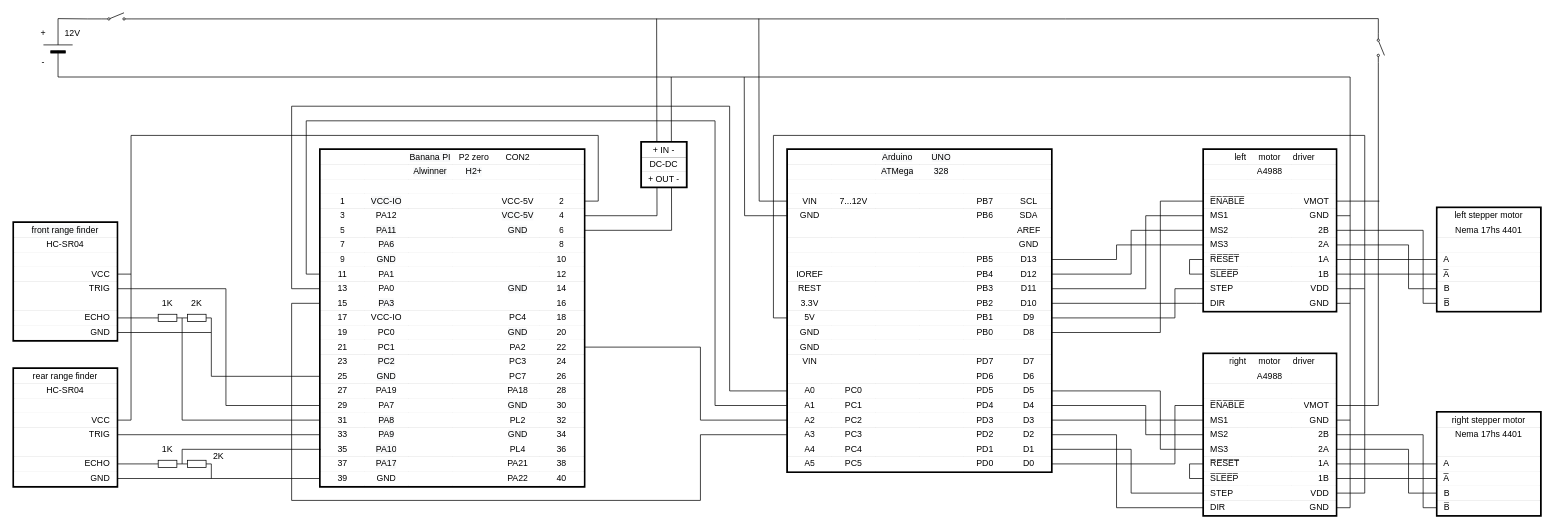
Before: device_schematic_diagram.drawio in cortl0/device, a draw.io diagram. Source tidied: cells renumbered, new cells numbered last; positions are measured from the earlier drawing's top-left corner, leaving out a move shared by most shapes. Both pictures are drawn from the tidied source at 73%, with x=0, y=0 at pixel (14, 12).
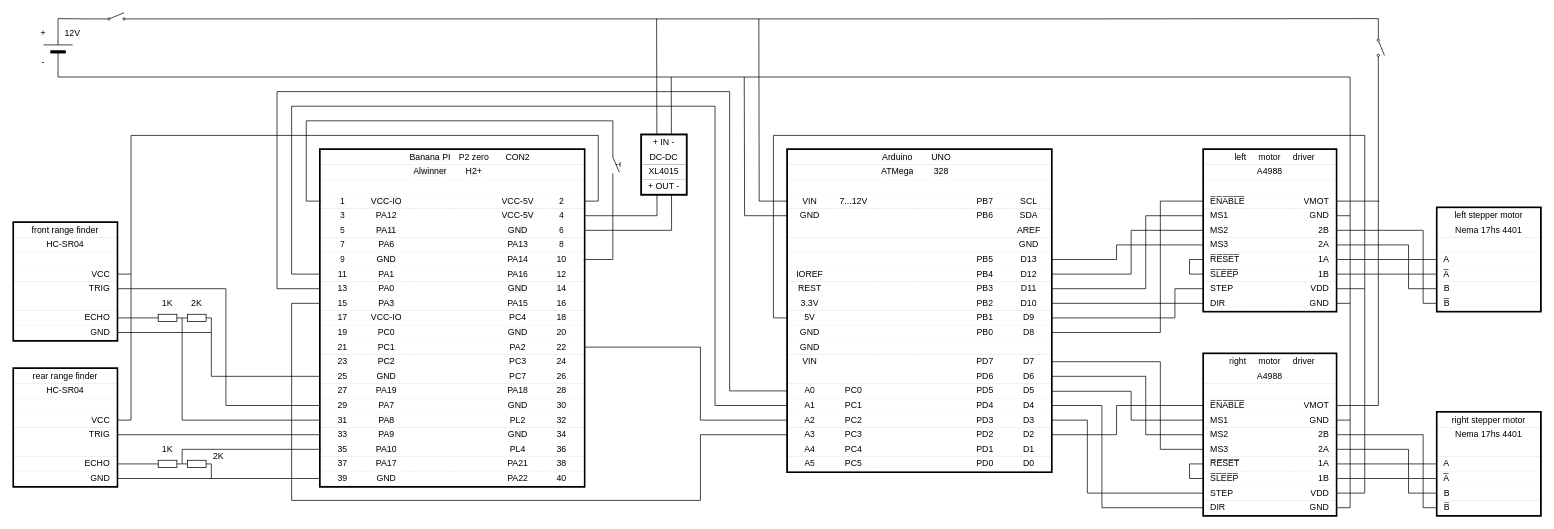
After the change.

Commit message (it also covers changes not shown here):
upd: sensors, device, friend, chassis, diagram

Unchanged cells that the change refers to:
```xml
<mxCell id="45" style="shape=table;html=1;whiteSpace=wrap;startSize=0;childLayout=tableLayout;strokeColor=#000000;rounded=0;comic=0;shadow=0;perimeterSpacing=1;gradientColor=none;fillColor=#ffffff;swimlaneFillColor=none;strokeWidth=5;" parent="1" vertex="1">
  <mxGeometry x="1060" y="188" width="360" height="440" as="geometry" />
</mxCell>
<mxCell id="144" style="shape=partialRectangle;html=1;whiteSpace=wrap;fillColor=#ffffff;top=0;left=0;bottom=0;right=0;points=[[0,0.5],[1,0.5]];portConstraint=eastwest;strokeColor=#000000;perimeterSpacing=0;gradientColor=none;" parent="45" vertex="1">
  <mxGeometry y="280" width="360" height="20" as="geometry" />
</mxCell>
<mxCell id="151" style="shape=partialRectangle;html=1;whiteSpace=wrap;fillColor=#ffffff;top=0;left=0;bottom=0;right=0;points=[[0,0.5],[1,0.5]];portConstraint=eastwest;strokeColor=#000000;perimeterSpacing=0;gradientColor=none;" parent="45" vertex="1">
  <mxGeometry y="300" width="360" height="20" as="geometry" />
</mxCell>
<mxCell id="158" style="shape=partialRectangle;html=1;whiteSpace=wrap;fillColor=#ffffff;top=0;left=0;bottom=0;right=0;points=[[0,0.5],[1,0.5]];portConstraint=eastwest;strokeColor=#000000;perimeterSpacing=0;gradientColor=none;" parent="45" vertex="1">
  <mxGeometry y="320" width="360" height="20" as="geometry" />
</mxCell>
<mxCell id="165" style="shape=partialRectangle;html=1;whiteSpace=wrap;fillColor=#ffffff;top=0;left=0;bottom=0;right=0;points=[[0,0.5],[1,0.5]];portConstraint=eastwest;strokeColor=#000000;perimeterSpacing=0;gradientColor=none;" parent="45" vertex="1">
  <mxGeometry y="340" width="360" height="20" as="geometry" />
</mxCell>
<mxCell id="172" style="shape=partialRectangle;html=1;whiteSpace=wrap;fillColor=#ffffff;top=0;left=0;bottom=0;right=0;points=[[0,0.5],[1,0.5]];portConstraint=eastwest;strokeColor=#000000;perimeterSpacing=0;gradientColor=none;" parent="45" vertex="1">
  <mxGeometry y="360" width="360" height="20" as="geometry" />
</mxCell>
<mxCell id="179" style="shape=partialRectangle;html=1;whiteSpace=wrap;fillColor=#ffffff;top=0;left=0;bottom=0;right=0;points=[[0,0.5],[1,0.5]];portConstraint=eastwest;strokeColor=#000000;perimeterSpacing=0;gradientColor=none;" parent="45" vertex="1">
  <mxGeometry y="380" width="360" height="20" as="geometry" />
</mxCell>
<mxCell id="200" style="shape=table;html=1;whiteSpace=wrap;startSize=0;childLayout=tableLayout;rounded=0;shadow=0;comic=0;strokeColor=#000000;gradientColor=none;fillColor=#ffffff;perimeterSpacing=1;strokeWidth=5;" parent="1" vertex="1">
  <mxGeometry x="1630" y="468" width="180" height="220" as="geometry" />
</mxCell>
<mxCell id="213" style="shape=partialRectangle;html=1;whiteSpace=wrap;fillColor=#ffffff;top=0;left=0;bottom=0;right=0;points=[[0,0.5],[1,0.5]];portConstraint=eastwest;strokeColor=#000000;gradientColor=none;perimeterSpacing=1;" parent="200" vertex="1">
  <mxGeometry y="60" width="180" height="20" as="geometry" />
</mxCell>
<mxCell id="217" style="shape=partialRectangle;html=1;whiteSpace=wrap;fillColor=#ffffff;top=0;left=0;bottom=0;right=0;points=[[0,0.5],[1,0.5]];portConstraint=eastwest;strokeColor=#000000;gradientColor=none;perimeterSpacing=1;" parent="200" vertex="1">
  <mxGeometry y="80" width="180" height="20" as="geometry" />
</mxCell>
<mxCell id="225" style="shape=partialRectangle;html=1;whiteSpace=wrap;fillColor=#ffffff;top=0;left=0;bottom=0;right=0;points=[[0,0.5],[1,0.5]];portConstraint=eastwest;strokeColor=#000000;gradientColor=none;perimeterSpacing=1;" parent="200" vertex="1">
  <mxGeometry y="120" width="180" height="20" as="geometry" />
</mxCell>
<mxCell id="241" style="shape=partialRectangle;html=1;whiteSpace=wrap;fillColor=#ffffff;top=0;left=0;bottom=0;right=0;points=[[0,0.5],[1,0.5]];portConstraint=eastwest;strokeColor=#000000;gradientColor=none;perimeterSpacing=1;" parent="200" vertex="1">
  <mxGeometry y="200" width="180" height="20" as="geometry" />
</mxCell>
<mxCell id="344" style="shape=partialRectangle;html=1;whiteSpace=wrap;fillColor=#ffffff;top=0;left=0;bottom=0;right=0;points=[[0,0.5],[1,0.5]];portConstraint=eastwest;strokeColor=#000000;perimeterSpacing=0;gradientColor=none;" parent="322" vertex="1">
  <mxGeometry y="60" width="360" height="20" as="geometry" />
</mxCell>
<mxCell id="365" style="shape=partialRectangle;html=1;whiteSpace=wrap;fillColor=#ffffff;top=0;left=0;bottom=0;right=0;strokeColor=#000000;perimeterSpacing=0;gradientColor=none;" parent="322" vertex="1">
  <mxGeometry y="120" width="360" height="20" as="geometry" />
</mxCell>
<mxCell id="372" style="shape=partialRectangle;html=1;whiteSpace=wrap;fillColor=#ffffff;top=0;left=0;bottom=0;right=0;points=[[0,0.5],[1,0.5]];portConstraint=eastwest;strokeColor=#000000;perimeterSpacing=0;gradientColor=none;" parent="322" vertex="1">
  <mxGeometry y="140" width="360" height="20" as="geometry" />
</mxCell>
<mxCell id="379" style="shape=partialRectangle;html=1;whiteSpace=wrap;fillColor=#ffffff;top=0;left=0;bottom=0;right=0;points=[[0,0.5],[1,0.5]];portConstraint=eastwest;strokeColor=#000000;perimeterSpacing=0;gradientColor=none;" parent="322" vertex="1">
  <mxGeometry y="160" width="360" height="20" as="geometry" />
</mxCell>
<mxCell id="386" style="shape=partialRectangle;html=1;whiteSpace=wrap;fillColor=#ffffff;top=0;left=0;bottom=0;right=0;points=[[0,0.5],[1,0.5]];portConstraint=eastwest;strokeColor=#000000;perimeterSpacing=0;gradientColor=none;" parent="322" vertex="1">
  <mxGeometry y="180" width="360" height="20" as="geometry" />
</mxCell>
<mxCell id="393" style="shape=partialRectangle;html=1;whiteSpace=wrap;fillColor=#ffffff;top=0;left=0;bottom=0;right=0;points=[[0,0.5],[1,0.5]];portConstraint=eastwest;strokeColor=#000000;perimeterSpacing=0;gradientColor=none;" parent="322" vertex="1">
  <mxGeometry y="200" width="360" height="20" as="geometry" />
</mxCell>
```

What changed in the source:
```diff
@@
     <mxCell id="2" style="endArrow=none;html=1;edgeStyle=orthogonalEdgeStyle;exitX=0;exitY=0.5;exitDx=0;exitDy=0;entryX=0;entryY=0.5;entryDx=0;entryDy=0;rounded=0;" parent="1" edge="1" source="386" target="158">
       <mxGeometry relative="1" as="geometry">
         <Array as="points">
-          <mxPoint x="380" y="378" />
-          <mxPoint x="380" y="128" />
-          <mxPoint x="980" y="128" />
+          <mxPoint x="360" y="378" />
+          <mxPoint x="360" y="108" />
+          <mxPoint x="980" y="108" />
           <mxPoint x="980" y="518" />
         </Array>
       </mxGeometry>
     </mxCell>
     <mxCell id="3" style="endArrow=none;html=1;exitX=0;exitY=0.5;exitDx=0;exitDy=0;entryX=0;entryY=0.5;entryDx=0;entryDy=0;edgeStyle=orthogonalEdgeStyle;rounded=0;" parent="1" edge="1" source="379" target="165">
       <mxGeometry relative="1" as="geometry">
         <Array as="points">
-          <mxPoint x="400" y="358" />
-          <mxPoint x="400" y="148" />
-          <mxPoint x="960" y="148" />
+          <mxPoint x="380" y="358" />
+          <mxPoint x="380" y="128" />
+          <mxPoint x="960" y="128" />
           <mxPoint x="960" y="538" />
         </Array>
       </mxGeometry>
     </mxCell>
@@
-    <mxCell id="30" style="endArrow=none;html=1;entryX=0;entryY=0.5;entryDx=0;entryDy=0;exitX=1;exitY=0.5;exitDx=0;exitDy=0;rounded=0;edgeStyle=orthogonalEdgeStyle;" parent="1" edge="1" target="213">
+    <mxCell id="30" style="endArrow=none;html=1;entryX=0;entryY=0.5;entryDx=0;entryDy=0;exitX=1;exitY=0.5;exitDx=0;exitDy=0;rounded=0;edgeStyle=orthogonalEdgeStyle;" parent="1" edge="1" source="179" target="213">
       <mxGeometry relative="1" as="geometry">
-        <mxPoint x="1420" y="618" as="sourcePoint" />
         <Array as="points">
-          <mxPoint x="1590" y="618" />
-          <mxPoint x="1590" y="538" />
+          <mxPoint x="1510" y="578" />
+          <mxPoint x="1510" y="538" />
         </Array>
       </mxGeometry>
     </mxCell>
-    <mxCell id="31" style="endArrow=none;html=1;exitX=1;exitY=0.5;exitDx=0;exitDy=0;rounded=0;edgeStyle=orthogonalEdgeStyle;" parent="1" edge="1">
+    <mxCell id="31" style="endArrow=none;html=1;exitX=1;exitY=0.5;exitDx=0;exitDy=0;rounded=0;edgeStyle=orthogonalEdgeStyle;" parent="1" edge="1" source="172">
       <mxGeometry relative="1" as="geometry">
-        <mxPoint x="1420" y="598" as="sourcePoint" />
         <mxPoint x="1629" y="658" as="targetPoint" />
         <Array as="points">
-          <mxPoint x="1530" y="598" />
-          <mxPoint x="1530" y="658" />
+          <mxPoint x="1470" y="558" />
+          <mxPoint x="1470" y="658" />
         </Array>
       </mxGeometry>
     </mxCell>
-    <mxCell id="32" style="endArrow=none;html=1;exitX=1;exitY=0.5;exitDx=0;exitDy=0;entryX=0;entryY=0.5;entryDx=0;entryDy=0;rounded=0;edgeStyle=orthogonalEdgeStyle;" parent="1" edge="1" target="241">
+    <mxCell id="32" style="endArrow=none;html=1;exitX=1;exitY=0.5;exitDx=0;exitDy=0;entryX=0;entryY=0.5;entryDx=0;entryDy=0;rounded=0;edgeStyle=orthogonalEdgeStyle;" parent="1" edge="1" source="165" target="241">
       <mxGeometry relative="1" as="geometry">
-        <mxPoint x="1420" y="578" as="sourcePoint" />
         <Array as="points">
-          <mxPoint x="1510" y="578" />
-          <mxPoint x="1510" y="678" />
+          <mxPoint x="1490" y="538" />
+          <mxPoint x="1490" y="678" />
         </Array>
       </mxGeometry>
     </mxCell>
-    <mxCell id="33" style="endArrow=none;html=1;exitX=1;exitY=0.5;exitDx=0;exitDy=0;entryX=0;entryY=0.5;entryDx=0;entryDy=0;rounded=0;edgeStyle=orthogonalEdgeStyle;" parent="1" edge="1" target="217">
+    <mxCell id="33" style="endArrow=none;html=1;exitX=1;exitY=0.75;exitDx=0;exitDy=0;entryX=0;entryY=0.5;entryDx=0;entryDy=0;rounded=0;edgeStyle=orthogonalEdgeStyle;" parent="1" edge="1" source="45" target="217">
       <mxGeometry relative="1" as="geometry">
-        <mxPoint x="1420" y="558" as="sourcePoint" />
         <Array as="points">
-          <mxPoint x="1590" y="558" />
-          <mxPoint x="1590" y="558" />
+          <mxPoint x="1530" y="519" />
+          <mxPoint x="1530" y="558" />
         </Array>
       </mxGeometry>
     </mxCell>
-    <mxCell id="34" style="endArrow=none;html=1;exitX=1;exitY=0.5;exitDx=0;exitDy=0;entryX=0;entryY=0.5;entryDx=0;entryDy=0;rounded=0;edgeStyle=orthogonalEdgeStyle;" parent="1" edge="1" target="200">
+    <mxCell id="34" style="endArrow=none;html=1;exitX=1;exitY=0.5;exitDx=0;exitDy=0;entryX=0;entryY=0.5;entryDx=0;entryDy=0;rounded=0;edgeStyle=orthogonalEdgeStyle;" parent="1" edge="1" source="151" target="200">
       <mxGeometry relative="1" as="geometry">
-        <mxPoint x="1420" y="538" as="sourcePoint" />
         <Array as="points">
-          <mxPoint x="1550" y="538" />
+          <mxPoint x="1550" y="498" />
           <mxPoint x="1550" y="578" />
         </Array>
       </mxGeometry>
     </mxCell>
-    <mxCell id="35" style="endArrow=none;html=1;exitX=1;exitY=0.5;exitDx=0;exitDy=0;entryX=0;entryY=0.5;entryDx=0;entryDy=0;rounded=0;edgeStyle=orthogonalEdgeStyle;" parent="1" edge="1" target="225">
+    <mxCell id="35" style="endArrow=none;html=1;exitX=1;exitY=0.5;exitDx=0;exitDy=0;entryX=0;entryY=0.5;entryDx=0;entryDy=0;rounded=0;edgeStyle=orthogonalEdgeStyle;" parent="1" edge="1" source="144" target="225">
       <mxGeometry relative="1" as="geometry">
-        <mxPoint x="1420" y="518" as="sourcePoint" />
         <Array as="points">
-          <mxPoint x="1570" y="518" />
+          <mxPoint x="1570" y="478" />
           <mxPoint x="1570" y="598" />
         </Array>
       </mxGeometry>
     </mxCell>
@@
-    <mxCell id="370" style="shape=partialRectangle;html=1;whiteSpace=wrap;fillColor=#ffffff;top=0;left=0;bottom=0;right=0;overflow=hidden;strokeColor=#000000;perimeterSpacing=0;gradientColor=none;" parent="365" vertex="1">
+    <mxCell id="370" value="PA13" style="shape=partialRectangle;html=1;whiteSpace=wrap;fillColor=#ffffff;top=0;left=0;bottom=0;right=0;overflow=hidden;strokeColor=#000000;perimeterSpacing=0;gradientColor=none;" parent="365" vertex="1">
       <mxGeometry x="240" width="60" height="20" as="geometry" />
     </mxCell>
@@
-    <mxCell id="377" style="shape=partialRectangle;html=1;whiteSpace=wrap;fillColor=#ffffff;top=0;left=0;bottom=0;right=0;overflow=hidden;strokeColor=#000000;perimeterSpacing=0;gradientColor=none;" parent="372" vertex="1">
+    <mxCell id="377" value="PA14" style="shape=partialRectangle;html=1;whiteSpace=wrap;fillColor=#ffffff;top=0;left=0;bottom=0;right=0;overflow=hidden;strokeColor=#000000;perimeterSpacing=0;gradientColor=none;" parent="372" vertex="1">
       <mxGeometry x="240" width="60" height="20" as="geometry" />
     </mxCell>
@@
-    <mxCell id="384" style="shape=partialRectangle;html=1;whiteSpace=wrap;fillColor=#ffffff;top=0;left=0;bottom=0;right=0;overflow=hidden;strokeColor=#000000;perimeterSpacing=0;gradientColor=none;" parent="379" vertex="1">
+    <mxCell id="384" value="PA16" style="shape=partialRectangle;html=1;whiteSpace=wrap;fillColor=#ffffff;top=0;left=0;bottom=0;right=0;overflow=hidden;strokeColor=#000000;perimeterSpacing=0;gradientColor=none;" parent="379" vertex="1">
       <mxGeometry x="240" width="60" height="20" as="geometry" />
     </mxCell>
@@
-    <mxCell id="398" style="shape=partialRectangle;html=1;whiteSpace=wrap;fillColor=#ffffff;top=0;left=0;bottom=0;right=0;overflow=hidden;strokeColor=#000000;perimeterSpacing=0;gradientColor=none;" parent="393" vertex="1">
+    <mxCell id="398" value="PA15" style="shape=partialRectangle;html=1;whiteSpace=wrap;fillColor=#ffffff;top=0;left=0;bottom=0;right=0;overflow=hidden;strokeColor=#000000;perimeterSpacing=0;gradientColor=none;" parent="393" vertex="1">
       <mxGeometry x="240" width="60" height="20" as="geometry" />
     </mxCell>
@@
-    <mxCell id="484" style="shape=table;html=1;whiteSpace=wrap;startSize=0;childLayout=tableLayout;strokeColor=#000000;rounded=0;comic=0;shadow=0;perimeterSpacing=0;gradientColor=none;fillColor=#ffffff;swimlaneFillColor=none;strokeWidth=5;" parent="1" vertex="1">
-      <mxGeometry x="860" y="178" width="60" height="60" as="geometry" />
-    </mxCell>
-    <mxCell id="485" style="shape=partialRectangle;html=1;whiteSpace=wrap;fillColor=none;top=0;left=0;bottom=0;right=0;" parent="484" vertex="1">
-      <mxGeometry width="60" height="20" as="geometry" />
-    </mxCell>
-    <mxCell id="486" value="+ IN -" style="shape=partialRectangle;html=1;whiteSpace=wrap;fillColor=#ffffff;top=0;left=0;bottom=0;right=0;overflow=hidden;strokeColor=#000000;" parent="485" vertex="1">
-      <mxGeometry width="60" height="20" as="geometry" />
-    </mxCell>
-    <mxCell id="487" style="shape=partialRectangle;html=1;whiteSpace=wrap;fillColor=none;top=0;left=0;bottom=0;right=0;strokeColor=none;" parent="484" vertex="1">
-      <mxGeometry y="20" width="60" height="20" as="geometry" />
-    </mxCell>
-    <mxCell id="488" value="DC-DC" style="shape=partialRectangle;html=1;whiteSpace=wrap;fillColor=#ffffff;top=0;left=0;bottom=0;right=0;overflow=hidden;strokeColor=#000000;" parent="487" vertex="1">
-      <mxGeometry width="60" height="20" as="geometry" />
-    </mxCell>
-    <mxCell id="489" style="shape=partialRectangle;html=1;whiteSpace=wrap;fillColor=none;top=0;left=0;bottom=0;right=0;" parent="484" vertex="1">
-      <mxGeometry y="40" width="60" height="20" as="geometry" />
-    </mxCell>
-    <mxCell id="490" value="+ OUT -" style="shape=partialRectangle;html=1;whiteSpace=wrap;fillColor=#ffffff;top=0;left=0;bottom=0;right=0;overflow=hidden;strokeColor=#000000;" parent="489" vertex="1">
-      <mxGeometry width="60" height="20" as="geometry" />
-    </mxCell>
@@
+    <mxCell id="546" style="edgeStyle=orthogonalEdgeStyle;rounded=0;jettySize=auto;html=1;exitX=1;exitY=1;exitDx=0;exitDy=0;exitPerimeter=0;entryX=1;entryY=0.5;entryDx=0;entryDy=0;endArrow=none;endFill=0;" parent="1" edge="1" source="547" target="372">
+      <mxGeometry relative="1" as="geometry" />
+    </mxCell>
+    <mxCell id="547" style="verticalLabelPosition=bottom;shadow=0;dashed=0;align=center;html=1;verticalAlign=top;shape=mxgraph.electrical.electro-mechanical.manual_switch;direction=south;" parent="1" vertex="1">
+      <mxGeometry x="820" y="188" width="10" height="40" as="geometry" />
+    </mxCell>
+    <mxCell id="548" style="endArrow=none;html=1;exitX=0;exitY=0.5;exitDx=0;exitDy=0;edgeStyle=orthogonalEdgeStyle;rounded=0;entryX=0;entryY=1;entryDx=0;entryDy=0;entryPerimeter=0;" parent="1" edge="1" source="344" target="547">
+      <mxGeometry relative="1" as="geometry">
+        <Array as="points">
+          <mxPoint x="400" y="258" />
+          <mxPoint x="400" y="148" />
+          <mxPoint x="820" y="148" />
+        </Array>
+      </mxGeometry>
+    </mxCell>
+    <mxCell id="484" style="shape=table;html=1;whiteSpace=wrap;startSize=0;childLayout=tableLayout;strokeColor=#000000;rounded=0;comic=0;shadow=0;perimeterSpacing=0;gradientColor=none;fillColor=#ffffff;swimlaneFillColor=none;strokeWidth=5;" parent="1" vertex="1">
+      <mxGeometry x="860" y="168" width="60" height="80" as="geometry" />
+    </mxCell>
+    <mxCell id="485" style="shape=partialRectangle;html=1;whiteSpace=wrap;fillColor=none;top=0;left=0;bottom=0;right=0;" parent="484" vertex="1">
+      <mxGeometry width="60" height="20" as="geometry" />
+    </mxCell>
+    <mxCell id="486" value="+ IN -" style="shape=partialRectangle;html=1;whiteSpace=wrap;fillColor=#ffffff;top=0;left=0;bottom=0;right=0;overflow=hidden;strokeColor=#000000;" parent="485" vertex="1">
+      <mxGeometry width="60" height="20" as="geometry" />
+    </mxCell>
+    <mxCell id="487" style="shape=partialRectangle;html=1;whiteSpace=wrap;fillColor=none;top=0;left=0;bottom=0;right=0;strokeColor=none;" parent="484" vertex="1">
+      <mxGeometry y="20" width="60" height="20" as="geometry" />
+    </mxCell>
+    <mxCell id="488" value="DC-DC" style="shape=partialRectangle;html=1;whiteSpace=wrap;fillColor=#ffffff;top=0;left=0;bottom=0;right=0;overflow=hidden;strokeColor=#000000;" parent="487" vertex="1">
+      <mxGeometry width="60" height="20" as="geometry" />
+    </mxCell>
+    <mxCell id="549" style="shape=partialRectangle;html=1;whiteSpace=wrap;fillColor=none;top=0;left=0;bottom=0;right=0;strokeColor=none;" parent="484" vertex="1">
+      <mxGeometry y="40" width="60" height="20" as="geometry" />
+    </mxCell>
+    <mxCell id="550" value="XL4015" style="shape=partialRectangle;html=1;whiteSpace=wrap;fillColor=#ffffff;top=0;left=0;bottom=0;right=0;overflow=hidden;strokeColor=#000000;" parent="549" vertex="1">
+      <mxGeometry width="60" height="20" as="geometry" />
+    </mxCell>
+    <mxCell id="489" style="shape=partialRectangle;html=1;whiteSpace=wrap;fillColor=none;top=0;left=0;bottom=0;right=0;" parent="484" vertex="1">
+      <mxGeometry y="60" width="60" height="20" as="geometry" />
+    </mxCell>
+    <mxCell id="490" value="+ OUT -" style="shape=partialRectangle;html=1;whiteSpace=wrap;fillColor=#ffffff;top=0;left=0;bottom=0;right=0;overflow=hidden;strokeColor=#000000;" parent="489" vertex="1">
+      <mxGeometry width="60" height="20" as="geometry" />
+    </mxCell>
```
